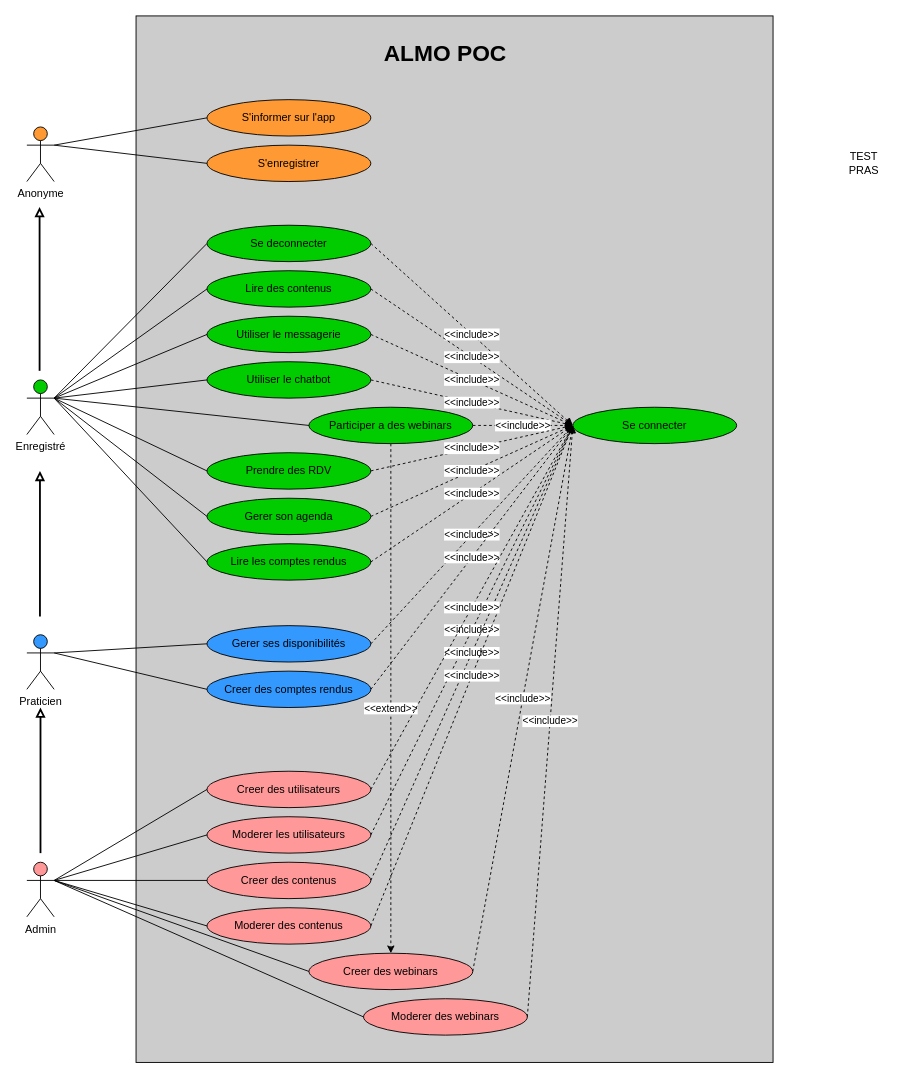
Earlier version of the draw.io diagram page "Use Cases" (1 of 8) of docs/specs/ALMO_Diagrams.drawio (pptech-ds/Almo). Source tidied: cells renumbered, new cells numbered last; positions are measured from the earlier drawing's top-left corner, leaving out a move shared by most shapes. Both pictures are drawn from the tidied source at 91%, with x=0, y=0 at pixel (26, 15).
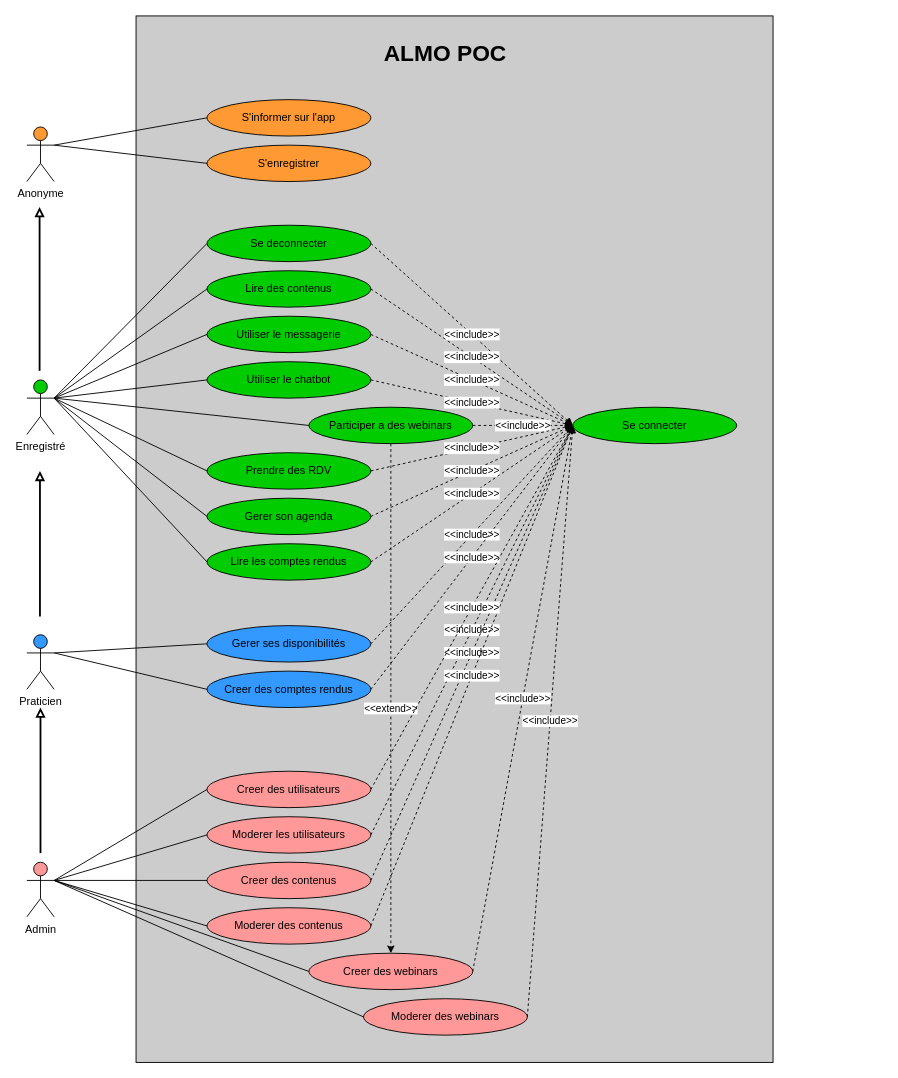
The same page after the edit.

Commit message:
Pras drawio online test

What changed in the source:
```diff
@@
-    <mxCell id="65" value="TEST PRAS" style="text;html=1;strokeColor=none;fillColor=none;align=center;verticalAlign=middle;whiteSpace=wrap;rounded=0;" parent="1" vertex="1">
-      <mxGeometry x="900" y="152" width="40" height="20" as="geometry" />
-    </mxCell>
```
